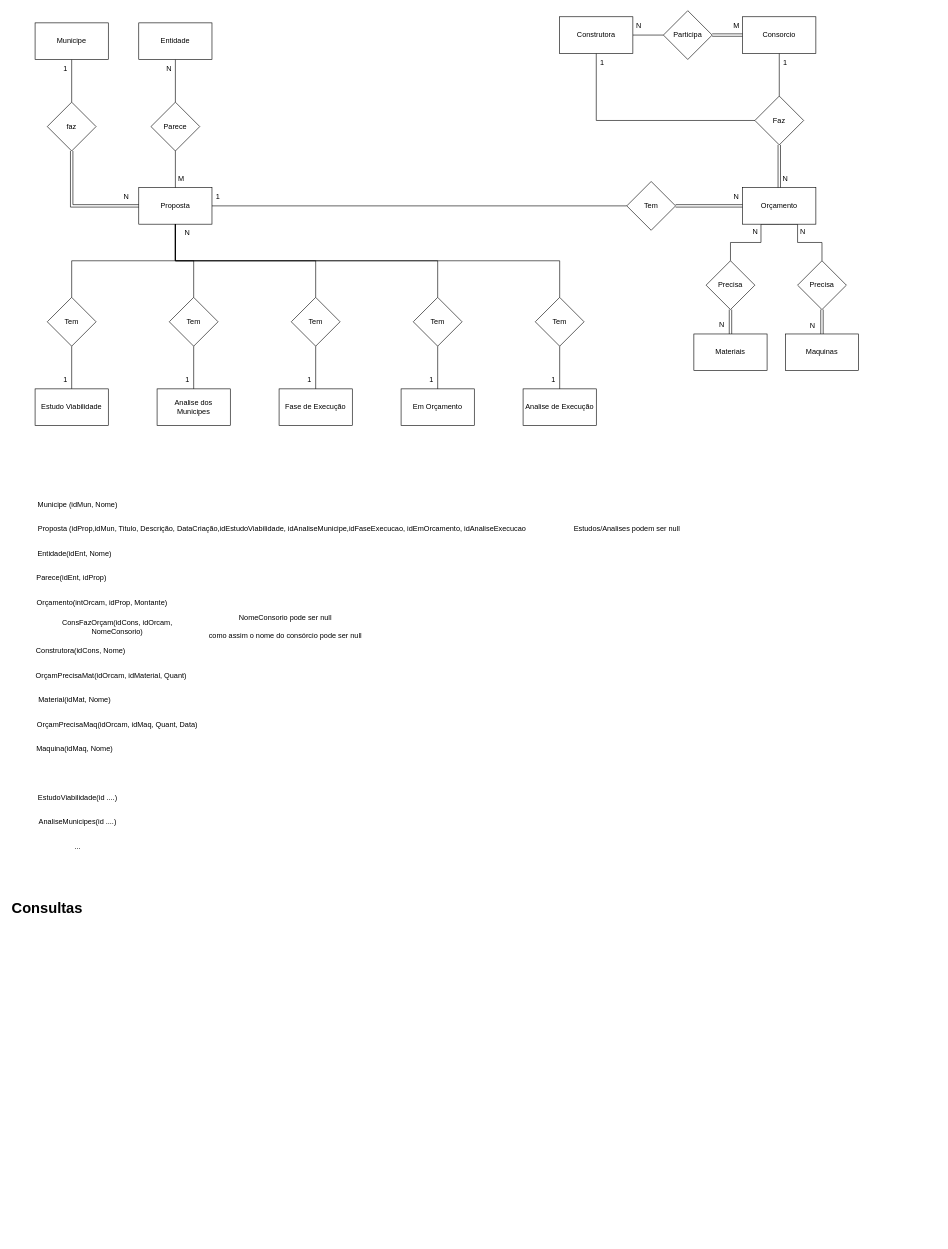
Before: TrabalhoFinal.drawio in Nuno-Goncalves1/Sql-ER, a draw.io diagram. Source tidied: cells renumbered, new cells numbered last; positions are measured from the earlier drawing's top-left corner, leaving out a move shared by most shapes. Both pictures are drawn from the tidied source at 61%, with x=0, y=0 at pixel (10, 10).
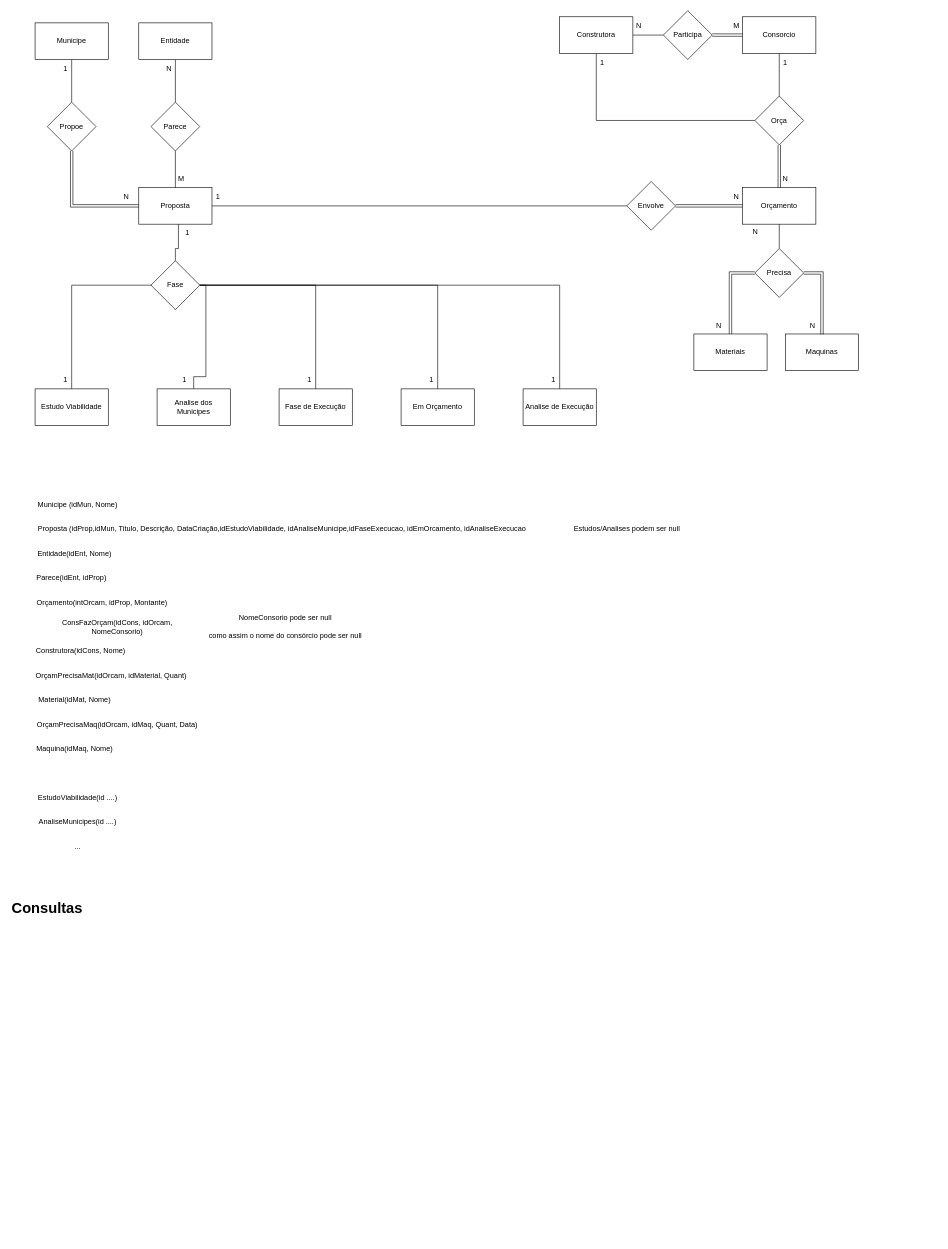
After the change.

Unchanged cells that the change refers to:
```xml
<mxCell id="4" value="Proposta" style="rounded=0;whiteSpace=wrap;html=1;" parent="1" vertex="1">
  <mxGeometry x="210" y="290" width="120" height="60" as="geometry" />
</mxCell>
<mxCell id="18" value="Orçamento" style="whiteSpace=wrap;html=1;" parent="1" vertex="1">
  <mxGeometry x="1200" y="290" width="120" height="60" as="geometry" />
</mxCell>
<mxCell id="29" value="Materiais" style="rounded=0;whiteSpace=wrap;html=1;" parent="1" vertex="1">
  <mxGeometry x="1120" y="530" width="120" height="60" as="geometry" />
</mxCell>
<mxCell id="30" value="Maquinas" style="rounded=0;whiteSpace=wrap;html=1;" parent="1" vertex="1">
  <mxGeometry x="1270" y="530" width="120" height="60" as="geometry" />
</mxCell>
<mxCell id="38" value="N" style="text;html=1;align=center;verticalAlign=middle;whiteSpace=wrap;rounded=0;" parent="1" vertex="1">
  <mxGeometry x="1285" y="501" width="60" height="30" as="geometry" />
</mxCell>
<mxCell id="42" value="Estudo Viabilidade" style="whiteSpace=wrap;html=1;" parent="1" vertex="1">
  <mxGeometry x="40" y="620" width="120" height="60" as="geometry" />
</mxCell>
<mxCell id="43" value="Analise dos Municipes" style="whiteSpace=wrap;html=1;" parent="1" vertex="1">
  <mxGeometry x="240" y="620" width="120" height="60" as="geometry" />
</mxCell>
<mxCell id="44" value="Fase de Execução" style="whiteSpace=wrap;html=1;" parent="1" vertex="1">
  <mxGeometry x="440" y="620" width="120" height="60" as="geometry" />
</mxCell>
<mxCell id="45" value="Em Orçamento" style="whiteSpace=wrap;html=1;" parent="1" vertex="1">
  <mxGeometry x="640" y="620" width="120" height="60" as="geometry" />
</mxCell>
<mxCell id="46" value="Analise de Execução" style="whiteSpace=wrap;html=1;" parent="1" vertex="1">
  <mxGeometry x="840" y="620" width="120" height="60" as="geometry" />
</mxCell>
```

What changed in the source:
```diff
@@
-    <mxCell id="6" value="faz" style="rhombus;whiteSpace=wrap;html=1;" parent="1" vertex="1">
+    <mxCell id="6" value="Propoe" style="rhombus;whiteSpace=wrap;html=1;" parent="1" vertex="1">
       <mxGeometry x="60" y="150" width="80" height="80" as="geometry" />
     </mxCell>
@@
-    <mxCell id="16" style="edgeStyle=orthogonalEdgeStyle;rounded=0;jettySize=auto;html=1;exitX=0.5;exitY=1;exitDx=0;exitDy=0;entryX=0.5;entryY=0;entryDx=0;entryDy=0;endArrow=none;startFill=0;" parent="1" edge="1" source="18" target="32">
-      <mxGeometry relative="1" as="geometry">
-        <Array as="points">
-          <mxPoint x="1230" y="350" />
-          <mxPoint x="1230" y="380" />
-          <mxPoint x="1180" y="380" />
-        </Array>
-      </mxGeometry>
-    </mxCell>
-    <mxCell id="17" style="edgeStyle=orthogonalEdgeStyle;rounded=0;jettySize=auto;html=1;exitX=0.5;exitY=1;exitDx=0;exitDy=0;entryX=0.5;entryY=0;entryDx=0;entryDy=0;endArrow=none;startFill=0;" parent="1" edge="1" source="18" target="34">
-      <mxGeometry relative="1" as="geometry">
-        <Array as="points">
-          <mxPoint x="1290" y="350" />
-          <mxPoint x="1290" y="380" />
-          <mxPoint x="1330" y="380" />
-        </Array>
-      </mxGeometry>
-    </mxCell>
@@
-    <mxCell id="20" value="Faz" style="rhombus;whiteSpace=wrap;html=1;" parent="1" vertex="1">
+    <mxCell id="20" value="Orça" style="rhombus;whiteSpace=wrap;html=1;" parent="1" vertex="1">
       <mxGeometry x="1220" y="140" width="80" height="80" as="geometry" />
     </mxCell>
@@
-    <mxCell id="22" value="Tem" style="rhombus;whiteSpace=wrap;html=1;" parent="1" vertex="1">
+    <mxCell id="22" value="Envolve" style="rhombus;whiteSpace=wrap;html=1;" parent="1" vertex="1">
       <mxGeometry x="1010" y="280" width="80" height="80" as="geometry" />
     </mxCell>
@@
+    <mxCell id="90" style="edgeStyle=orthogonalEdgeStyle;rounded=0;jettySize=auto;html=1;entryX=0;entryY=0.5;entryDx=0;entryDy=0;shape=link;" parent="1" edge="1" source="29" target="34">
+      <mxGeometry relative="1" as="geometry" />
+    </mxCell>
@@
-    <mxCell id="31" style="edgeStyle=orthogonalEdgeStyle;rounded=0;jettySize=auto;html=1;exitX=0.5;exitY=1;exitDx=0;exitDy=0;endArrow=none;startFill=0;shape=link;" parent="1" edge="1" source="32" target="29">
-      <mxGeometry relative="1" as="geometry" />
-    </mxCell>
-    <mxCell id="32" value="Precisa" style="rhombus;whiteSpace=wrap;html=1;" parent="1" vertex="1">
-      <mxGeometry x="1140" y="410" width="80" height="80" as="geometry" />
-    </mxCell>
-    <mxCell id="33" style="edgeStyle=orthogonalEdgeStyle;rounded=0;jettySize=auto;html=1;exitX=0.5;exitY=1;exitDx=0;exitDy=0;entryX=0.5;entryY=0;entryDx=0;entryDy=0;endArrow=none;startFill=0;shape=link;" parent="1" edge="1" source="34" target="30">
-      <mxGeometry relative="1" as="geometry" />
-    </mxCell>
+    <mxCell id="91" style="edgeStyle=orthogonalEdgeStyle;rounded=0;jettySize=auto;html=1;entryX=0.75;entryY=1;entryDx=0;entryDy=0;shape=link;" parent="1" edge="1" source="34" target="38">
+      <mxGeometry relative="1" as="geometry">
+        <Array as="points">
+          <mxPoint x="1330" y="430" />
+        </Array>
+      </mxGeometry>
+    </mxCell>
+    <mxCell id="92" style="edgeStyle=orthogonalEdgeStyle;rounded=0;jettySize=auto;html=1;endArrow=none;startFill=0;" parent="1" edge="1" source="34" target="18">
+      <mxGeometry relative="1" as="geometry">
+        <Array as="points">
+          <mxPoint x="1260" y="380" />
+          <mxPoint x="1260" y="380" />
+        </Array>
+      </mxGeometry>
+    </mxCell>
     <mxCell id="34" value="Precisa" style="rhombus;whiteSpace=wrap;html=1;" parent="1" vertex="1">
-      <mxGeometry x="1290" y="410" width="80" height="80" as="geometry" />
+      <mxGeometry x="1220" y="390" width="80" height="80" as="geometry" />
     </mxCell>
@@
     <mxCell id="36" value="N" style="text;html=1;align=center;verticalAlign=middle;whiteSpace=wrap;rounded=0;" parent="1" vertex="1">
-      <mxGeometry x="1136" y="500" width="60" height="30" as="geometry" />
+      <mxGeometry x="1131" y="501" width="60" height="30" as="geometry" />
     </mxCell>
-    <mxCell id="37" value="N" style="text;html=1;align=center;verticalAlign=middle;whiteSpace=wrap;rounded=0;" parent="1" vertex="1">
-      <mxGeometry x="1269" y="347" width="60" height="30" as="geometry" />
-    </mxCell>
@@
     <mxCell id="39" style="edgeStyle=orthogonalEdgeStyle;rounded=0;jettySize=auto;html=1;exitX=0.5;exitY=1;exitDx=0;exitDy=0;entryX=0.5;entryY=0;entryDx=0;entryDy=0;endArrow=none;startFill=0;" parent="1" edge="1" source="41" target="42">
-      <mxGeometry relative="1" as="geometry" />
+      <mxGeometry relative="1" as="geometry">
+        <Array as="points">
+          <mxPoint x="270" y="450" />
+          <mxPoint x="100" y="450" />
+        </Array>
+      </mxGeometry>
     </mxCell>
-    <mxCell id="40" style="edgeStyle=orthogonalEdgeStyle;rounded=0;jettySize=auto;html=1;exitX=0.5;exitY=0;exitDx=0;exitDy=0;entryX=0.5;entryY=1;entryDx=0;entryDy=0;endArrow=none;startFill=0;" parent="1" edge="1" source="41" target="4">
-      <mxGeometry relative="1" as="geometry" />
-    </mxCell>
+    <mxCell id="93" style="edgeStyle=orthogonalEdgeStyle;rounded=0;jettySize=auto;html=1;entryX=0.25;entryY=0;entryDx=0;entryDy=0;endArrow=none;startFill=0;" parent="1" edge="1" source="41" target="64">
+      <mxGeometry relative="1" as="geometry">
+        <Array as="points">
+          <mxPoint x="270" y="390" />
+          <mxPoint x="275" y="390" />
+        </Array>
+      </mxGeometry>
+    </mxCell>
-    <mxCell id="41" value="Tem" style="rhombus;whiteSpace=wrap;html=1;" parent="1" vertex="1">
-      <mxGeometry x="60" y="470" width="80" height="80" as="geometry" />
+    <mxCell id="41" value="Fase" style="rhombus;whiteSpace=wrap;html=1;" parent="1" vertex="1">
+      <mxGeometry x="230" y="410" width="80" height="80" as="geometry" />
     </mxCell>
@@
+    <mxCell id="94" style="edgeStyle=orthogonalEdgeStyle;rounded=0;jettySize=auto;html=1;entryX=1;entryY=0.5;entryDx=0;entryDy=0;endArrow=none;startFill=0;" parent="1" edge="1" source="43" target="41">
+      <mxGeometry relative="1" as="geometry">
+        <Array as="points">
+          <mxPoint x="300" y="600" />
+          <mxPoint x="320" y="600" />
+          <mxPoint x="320" y="450" />
+        </Array>
+      </mxGeometry>
+    </mxCell>
@@
+    <mxCell id="95" style="edgeStyle=orthogonalEdgeStyle;rounded=0;jettySize=auto;html=1;entryX=1;entryY=0.5;entryDx=0;entryDy=0;endArrow=none;startFill=0;" parent="1" edge="1" source="44" target="41">
+      <mxGeometry relative="1" as="geometry">
+        <Array as="points">
+          <mxPoint x="500" y="450" />
+        </Array>
+      </mxGeometry>
+    </mxCell>
@@
+    <mxCell id="96" style="edgeStyle=orthogonalEdgeStyle;rounded=0;jettySize=auto;html=1;entryX=1;entryY=0.5;entryDx=0;entryDy=0;endArrow=none;startFill=0;" parent="1" edge="1" source="45" target="41">
+      <mxGeometry relative="1" as="geometry">
+        <Array as="points">
+          <mxPoint x="700" y="450" />
+        </Array>
+      </mxGeometry>
+    </mxCell>
@@
+    <mxCell id="97" style="edgeStyle=orthogonalEdgeStyle;rounded=0;jettySize=auto;html=1;entryX=1;entryY=0.5;entryDx=0;entryDy=0;endArrow=none;startFill=0;" parent="1" edge="1" source="46" target="41">
+      <mxGeometry relative="1" as="geometry">
+        <Array as="points">
+          <mxPoint x="900" y="450" />
+        </Array>
+      </mxGeometry>
+    </mxCell>
@@
-    <mxCell id="47" style="edgeStyle=orthogonalEdgeStyle;rounded=0;jettySize=auto;html=1;exitX=0.5;exitY=1;exitDx=0;exitDy=0;entryX=0.5;entryY=0;entryDx=0;entryDy=0;endArrow=none;startFill=0;" parent="1" edge="1" source="49" target="43">
-      <mxGeometry relative="1" as="geometry" />
-    </mxCell>
-    <mxCell id="48" style="edgeStyle=orthogonalEdgeStyle;rounded=0;jettySize=auto;html=1;exitX=0.5;exitY=0;exitDx=0;exitDy=0;entryX=0.5;entryY=1;entryDx=0;entryDy=0;endArrow=none;startFill=0;" parent="1" edge="1" source="49" target="4">
-      <mxGeometry relative="1" as="geometry" />
-    </mxCell>
-    <mxCell id="49" value="Tem" style="rhombus;whiteSpace=wrap;html=1;" parent="1" vertex="1">
-      <mxGeometry x="260" y="470" width="80" height="80" as="geometry" />
-    </mxCell>
-    <mxCell id="50" style="edgeStyle=orthogonalEdgeStyle;rounded=0;jettySize=auto;html=1;exitX=0.5;exitY=1;exitDx=0;exitDy=0;entryX=0.5;entryY=0;entryDx=0;entryDy=0;endArrow=none;startFill=0;" parent="1" edge="1" source="52" target="44">
-      <mxGeometry relative="1" as="geometry" />
-    </mxCell>
-    <mxCell id="51" style="edgeStyle=orthogonalEdgeStyle;rounded=0;jettySize=auto;html=1;exitX=0.5;exitY=0;exitDx=0;exitDy=0;entryX=0.5;entryY=1;entryDx=0;entryDy=0;endArrow=none;startFill=0;" parent="1" edge="1" source="52" target="4">
-      <mxGeometry relative="1" as="geometry" />
-    </mxCell>
-    <mxCell id="52" value="Tem" style="rhombus;whiteSpace=wrap;html=1;" parent="1" vertex="1">
-      <mxGeometry x="460" y="470" width="80" height="80" as="geometry" />
-    </mxCell>
-    <mxCell id="53" style="edgeStyle=orthogonalEdgeStyle;rounded=0;jettySize=auto;html=1;exitX=0.5;exitY=1;exitDx=0;exitDy=0;entryX=0.5;entryY=0;entryDx=0;entryDy=0;endArrow=none;startFill=0;" parent="1" edge="1" source="55" target="45">
-      <mxGeometry relative="1" as="geometry" />
-    </mxCell>
-    <mxCell id="54" style="edgeStyle=orthogonalEdgeStyle;rounded=0;jettySize=auto;html=1;exitX=0.5;exitY=0;exitDx=0;exitDy=0;entryX=0.5;entryY=1;entryDx=0;entryDy=0;endArrow=none;startFill=0;" parent="1" edge="1" source="55" target="4">
-      <mxGeometry relative="1" as="geometry" />
-    </mxCell>
-    <mxCell id="55" value="Tem" style="rhombus;whiteSpace=wrap;html=1;" parent="1" vertex="1">
-      <mxGeometry x="660" y="470" width="80" height="80" as="geometry" />
-    </mxCell>
-    <mxCell id="56" style="edgeStyle=orthogonalEdgeStyle;rounded=0;jettySize=auto;html=1;exitX=0.5;exitY=1;exitDx=0;exitDy=0;entryX=0.5;entryY=0;entryDx=0;entryDy=0;endArrow=none;startFill=0;" parent="1" edge="1" source="58" target="46">
-      <mxGeometry relative="1" as="geometry" />
-    </mxCell>
-    <mxCell id="57" style="edgeStyle=orthogonalEdgeStyle;rounded=0;jettySize=auto;html=1;exitX=0.5;exitY=0;exitDx=0;exitDy=0;entryX=0.5;entryY=1;entryDx=0;entryDy=0;endArrow=none;startFill=0;" parent="1" edge="1" source="58" target="4">
-      <mxGeometry relative="1" as="geometry" />
-    </mxCell>
-    <mxCell id="58" value="Tem" style="rhombus;whiteSpace=wrap;html=1;" parent="1" vertex="1">
-      <mxGeometry x="860" y="470" width="80" height="80" as="geometry" />
-    </mxCell>
@@
     <mxCell id="60" value="1" style="text;html=1;align=center;verticalAlign=middle;whiteSpace=wrap;rounded=0;" parent="1" vertex="1">
-      <mxGeometry x="260" y="590" width="60" height="30" as="geometry" />
+      <mxGeometry x="255" y="590" width="60" height="30" as="geometry" />
     </mxCell>
@@
-    <mxCell id="64" value="&lt;div&gt;N&lt;/div&gt;" style="text;html=1;align=center;verticalAlign=middle;whiteSpace=wrap;rounded=0;" parent="1" vertex="1">
+    <mxCell id="64" value="1" style="text;html=1;align=center;verticalAlign=middle;whiteSpace=wrap;rounded=0;" parent="1" vertex="1">
       <mxGeometry x="260" y="350" width="60" height="30" as="geometry" />
     </mxCell>
```
